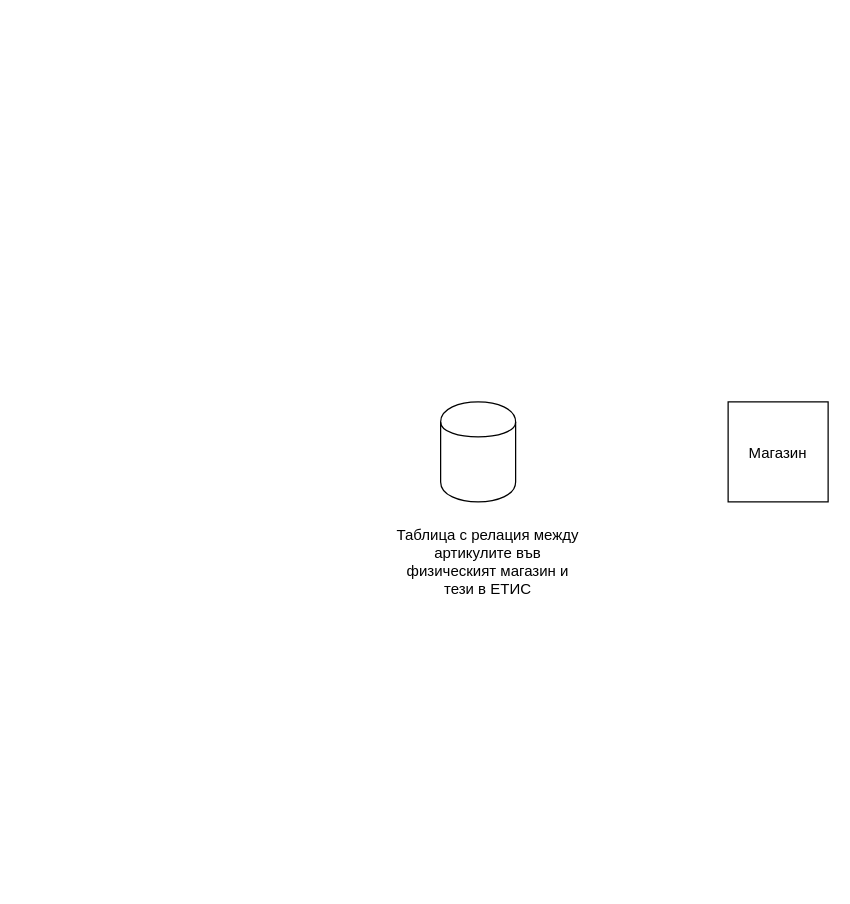
Earlier version of the draw.io diagram Схема на ЕТИС.drawio (georgikolev7/etis-process-workflow). Source tidied: cells renumbered, new cells numbered last; positions are measured from the earlier drawing's top-left corner, leaving out a move shared by most shapes. Both pictures are drawn from the tidied source at 125%, with x=0, y=0 at pixel (394, 401).
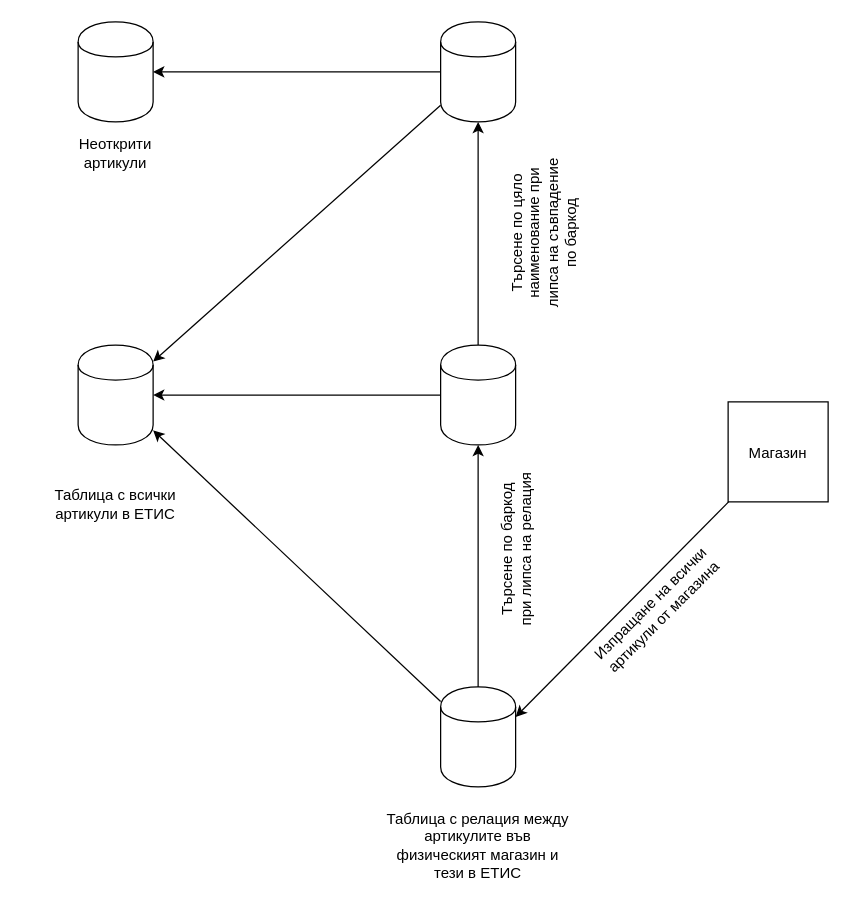
Above is the later version.

The change refers to these unchanged cells:
```xml
<mxCell id="2" style="whiteSpace=wrap;html=1;" parent="1" vertex="1">
  <mxGeometry x="267" width="80" height="80" as="geometry" />
</mxCell>
```

Diff of the diagram source:
```diff
@@
     <mxCell id="4" style="shape=cylinder;whiteSpace=wrap;html=1;boundedLbl=1;backgroundOutline=1;" parent="1" vertex="1">
-      <mxGeometry x="37" width="60" height="80" as="geometry" />
+      <mxGeometry x="37" y="228" width="60" height="80" as="geometry" />
     </mxCell>
     <mxCell id="5" value="Таблица с релация между артикулите във физическият магазин и тези в ЕТИС&lt;br&gt;" style="text;html=1;strokeColor=none;fillColor=none;align=center;verticalAlign=middle;whiteSpace=wrap;rounded=0;" parent="1" vertex="1">
-      <mxGeometry y="118" width="150" height="20" as="geometry" />
+      <mxGeometry x="-8" y="345" width="150" height="20" as="geometry" />
     </mxCell>
+    <mxCell id="6" style="shape=cylinder;whiteSpace=wrap;html=1;boundedLbl=1;backgroundOutline=1;" parent="1" vertex="1">
+      <mxGeometry x="37" y="-45.5" width="60" height="80" as="geometry" />
+    </mxCell>
+    <mxCell id="7" style="shape=cylinder;whiteSpace=wrap;html=1;boundedLbl=1;backgroundOutline=1;" parent="1" vertex="1">
+      <mxGeometry x="37" y="-304" width="60" height="80" as="geometry" />
+    </mxCell>
+    <mxCell id="8" style="endArrow=classic;html=1;entryX=1;entryY=0.3;entryDx=0;entryDy=0;" parent="1" edge="1" source="2" target="4">
+      <mxGeometry relative="1" as="geometry" />
+    </mxCell>
+    <mxCell id="9" style="endArrow=classic;html=1;" parent="1" edge="1" source="4" target="6">
+      <mxGeometry relative="1" as="geometry" />
+    </mxCell>
+    <mxCell id="10" style="shape=cylinder;whiteSpace=wrap;html=1;boundedLbl=1;backgroundOutline=1;" parent="1" vertex="1">
+      <mxGeometry x="-253" y="-45.5" width="60" height="80" as="geometry" />
+    </mxCell>
+    <mxCell id="11" value="Таблица с всички артикули в ЕТИС&lt;br&gt;" style="text;html=1;strokeColor=none;fillColor=none;align=center;verticalAlign=middle;whiteSpace=wrap;rounded=0;" parent="1" vertex="1">
+      <mxGeometry x="-298" y="71.5" width="150" height="20" as="geometry" />
+    </mxCell>
+    <mxCell id="12" value="Изпращане на всички артикули от магазина&lt;br&gt;" style="text;html=1;strokeColor=none;fillColor=none;align=center;verticalAlign=middle;whiteSpace=wrap;rounded=0;rotation=-45;" parent="1" vertex="1">
+      <mxGeometry x="145.5" y="153.5" width="129" height="27" as="geometry" />
+    </mxCell>
+    <mxCell id="13" style="endArrow=classic;html=1;" parent="1" edge="1" source="4" target="10">
+      <mxGeometry relative="1" as="geometry" />
+    </mxCell>
+    <mxCell id="14" style="endArrow=classic;html=1;" parent="1" edge="1" source="6" target="10">
+      <mxGeometry relative="1" as="geometry" />
+    </mxCell>
+    <mxCell id="15" style="endArrow=classic;html=1;" parent="1" edge="1" source="7" target="10">
+      <mxGeometry relative="1" as="geometry" />
+    </mxCell>
+    <mxCell id="16" style="endArrow=classic;html=1;" parent="1" edge="1" source="6" target="7">
+      <mxGeometry relative="1" as="geometry" />
+    </mxCell>
+    <mxCell id="17" value="Търсене по баркод при липса на релация&lt;br&gt;" style="text;html=1;strokeColor=none;fillColor=none;align=center;verticalAlign=middle;whiteSpace=wrap;rounded=0;rotation=-90;" parent="1" vertex="1">
+      <mxGeometry x="32.5" y="105" width="129" height="27" as="geometry" />
+    </mxCell>
+    <mxCell id="18" value="Търсене по цяло наименование при липса на съвпадение по баркод&lt;br&gt;" style="text;html=1;strokeColor=none;fillColor=none;align=center;verticalAlign=middle;whiteSpace=wrap;rounded=0;rotation=-90;" parent="1" vertex="1">
+      <mxGeometry x="54.5" y="-148" width="129" height="27" as="geometry" />
+    </mxCell>
+    <mxCell id="19" style="shape=cylinder;whiteSpace=wrap;html=1;boundedLbl=1;backgroundOutline=1;" parent="1" vertex="1">
+      <mxGeometry x="-253" y="-304" width="60" height="80" as="geometry" />
+    </mxCell>
+    <mxCell id="20" style="endArrow=classic;html=1;" parent="1" edge="1" source="7" target="19">
+      <mxGeometry relative="1" as="geometry" />
+    </mxCell>
+    <mxCell id="21" value="Неоткрити артикули&lt;br&gt;" style="text;html=1;strokeColor=none;fillColor=none;align=center;verticalAlign=middle;whiteSpace=wrap;rounded=0;" parent="1" vertex="1">
+      <mxGeometry x="-243" y="-209" width="40" height="20" as="geometry" />
+    </mxCell>
```
